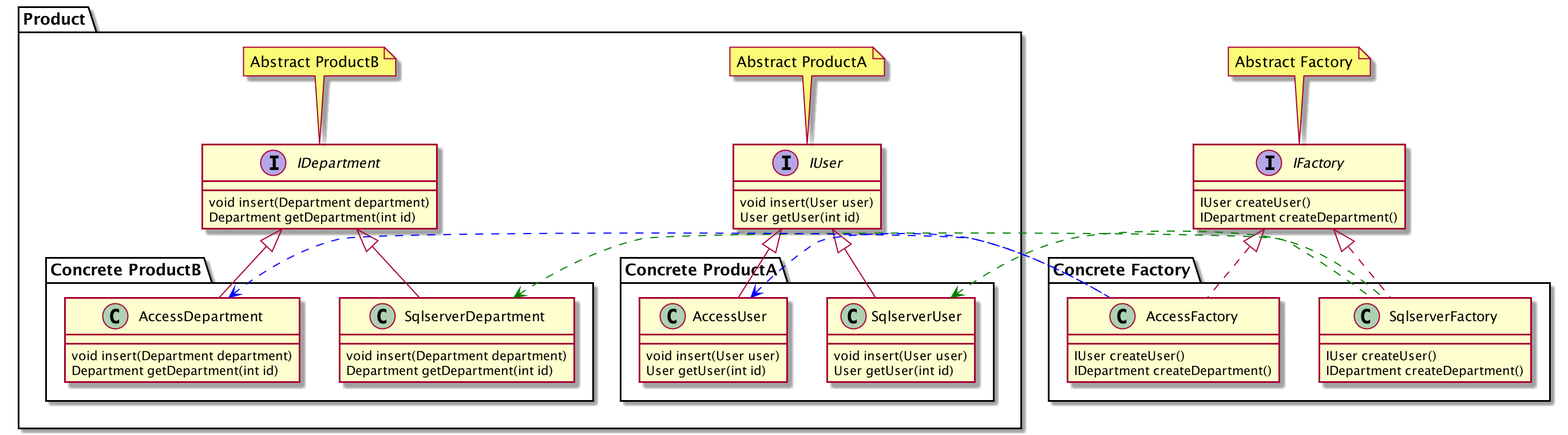
Before: src/AFdbdemo/abstractfactory/DBUML.png, a diagram exported from PlantUML (dragonwang-hub/three_factory_design_patterns).
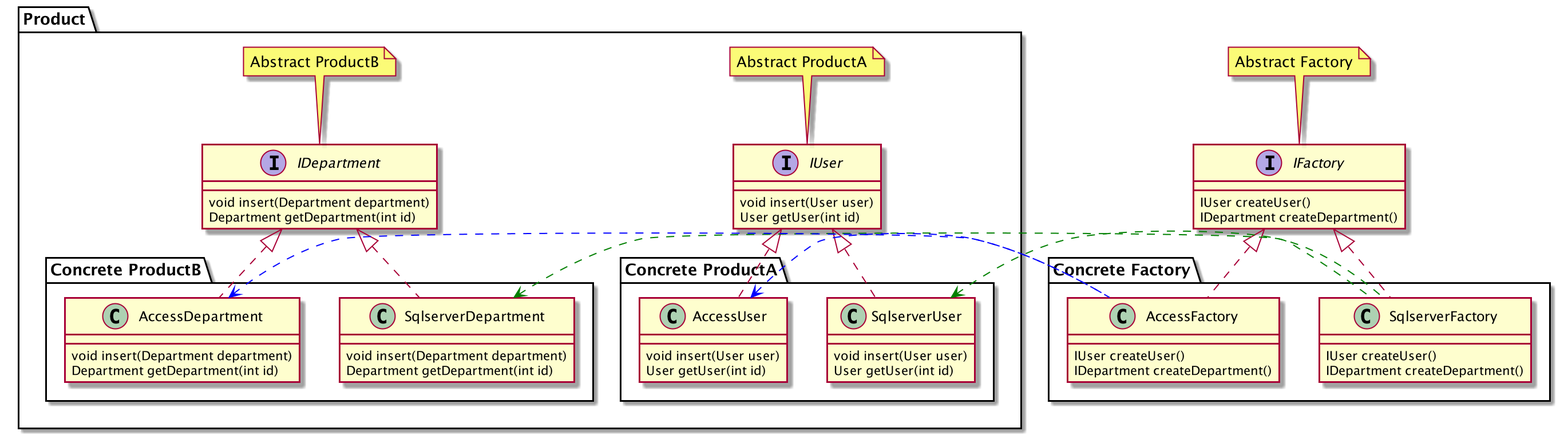
The same diagram one commit later.

Commit message:
yl #0000 db reflect+simple factory demo uml

The edit, as a diff of the source:
```diff
@@ -8,11 +8,11 @@
 note top: Abstract ProductA
 
 package "Concrete ProductA" {
-    class SqlserverUser extends IUser {
+    class SqlserverUser implements IUser {
         void insert(User user)
         User getUser(int id)
     }
-    class AccessUser extends IUser {
+    class AccessUser implements IUser {
         void insert(User user)
         User getUser(int id)
     }
@@ -24,11 +24,11 @@
 }
 note top: Abstract ProductB
 package "Concrete ProductB" {
-    class SqlserverDepartment extends IDepartment {
+    class SqlserverDepartment implements IDepartment {
         void insert(Department department)
         Department getDepartment(int id)
     }
-    class AccessDepartment extends IDepartment {
+    class AccessDepartment implements IDepartment {
         void insert(Department department)
         Department getDepartment(int id)
     }
```
